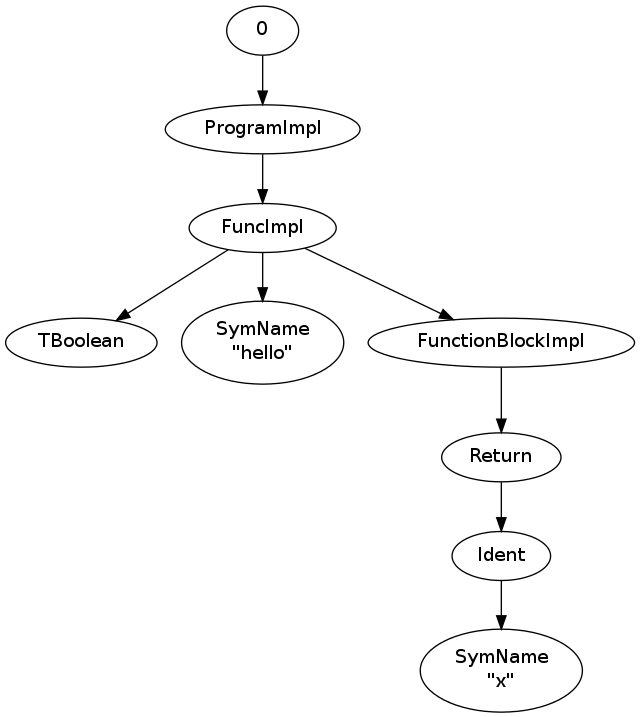
Before: test.good.png, a diagram exported from Graphviz (PlumpMath/Compiler). Its source is kept beside it as test.dot.
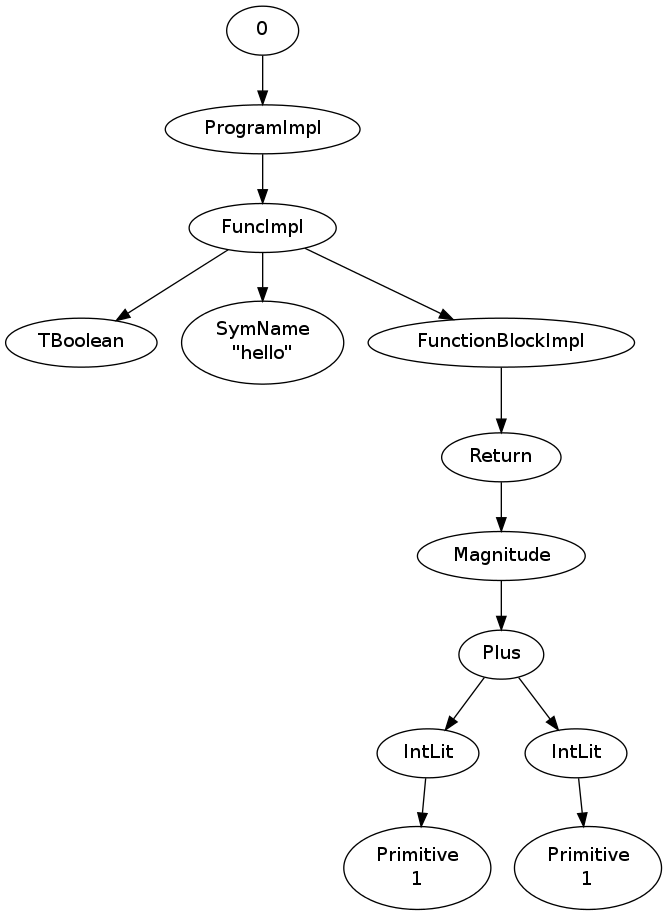
After the change.

Diff of the diagram source:
```diff
@@ -12,7 +12,15 @@
 "5" -> "6"
 "6" [label="Return"]
 "6" -> "7"
-"7" [label="Ident"]
+"7" [label="Magnitude"]
 "7" -> "8"
-"8" [label="SymName\n\"x\""]
+"8" [label="Plus"]
+"8" -> "9"
+"9" [label="IntLit"]
+"9" -> "10"
+"10" [label="Primitive\n1"]
+"8" -> "11"
+"11" [label="IntLit"]
+"11" -> "12"
+"12" [label="Primitive\n1"]
 };
```
